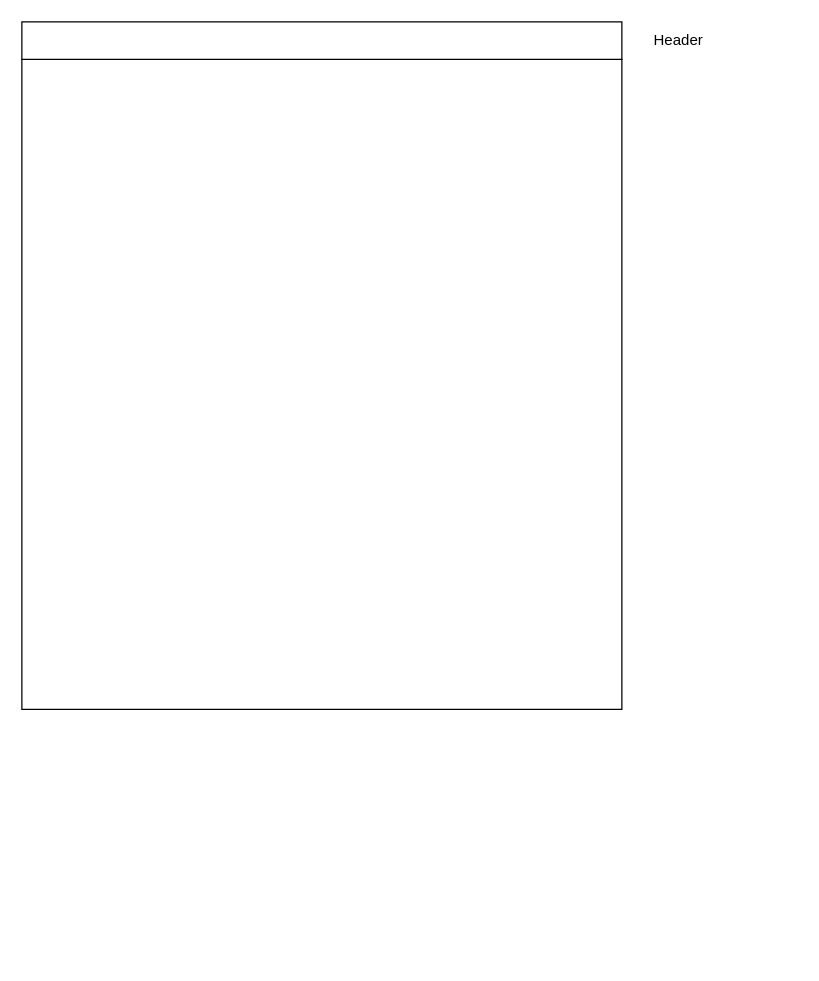
Before: Nekopost_Layout.drawio in clazclaz/demo_git, a draw.io diagram. Source tidied: cells renumbered, new cells numbered last; positions are measured from the earlier drawing's top-left corner, leaving out a move shared by most shapes. Both pictures are drawn from the tidied source at 125%, with x=0, y=0 at pixel (21, 21).
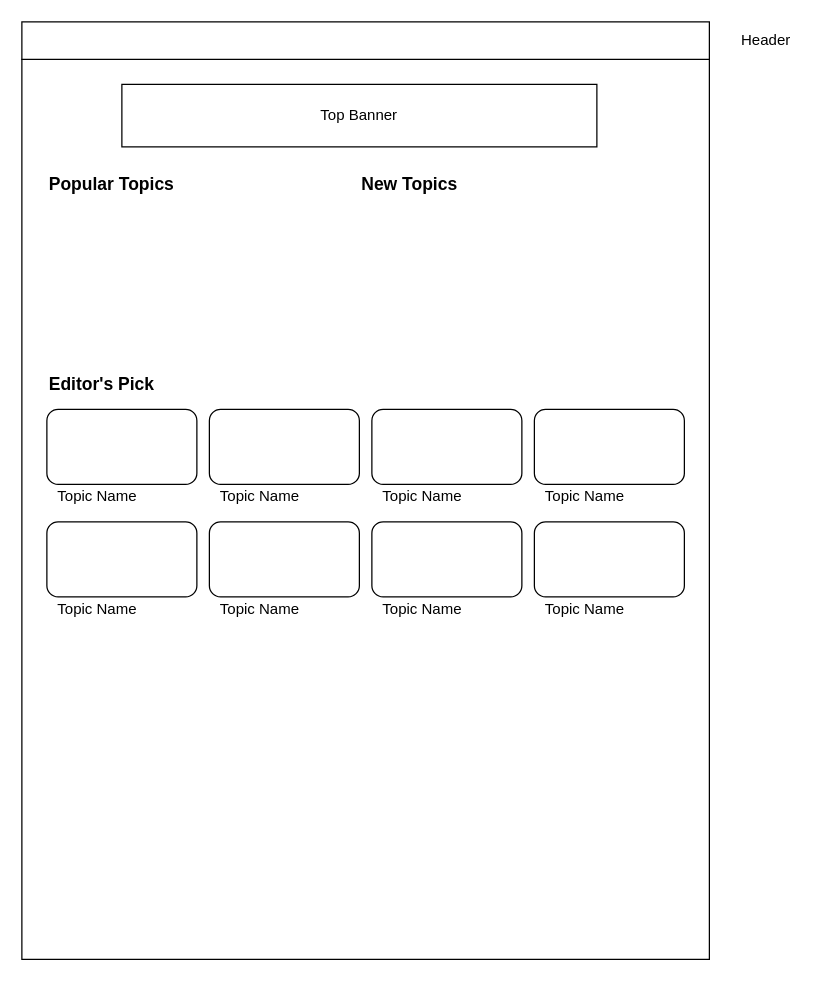
Above is the later version.

What changed in the source:
```diff
@@
     <mxCell id="2" style="rounded=0;whiteSpace=wrap;html=1;" parent="1" vertex="1">
-      <mxGeometry y="30" width="480" height="520" as="geometry" />
+      <mxGeometry y="30" width="550" height="720" as="geometry" />
     </mxCell>
     <mxCell id="3" style="rounded=0;whiteSpace=wrap;html=1;" parent="1" vertex="1">
-      <mxGeometry width="480" height="30" as="geometry" />
+      <mxGeometry width="550" height="30" as="geometry" />
     </mxCell>
     <mxCell id="4" value="Header" style="text;html=1;align=center;verticalAlign=middle;strokeColor=none;fillColor=none;" parent="1" vertex="1">
-      <mxGeometry x="500" y="5" width="50" height="20" as="geometry" />
+      <mxGeometry x="570" y="5" width="50" height="20" as="geometry" />
     </mxCell>
+    <mxCell id="5" value="Editor's Pick" style="text;html=1;align=left;verticalAlign=middle;strokeColor=none;fillColor=none;fontSize=14;fontStyle=1;" parent="1" vertex="1">
+      <mxGeometry x="20" y="280" width="100" height="20" as="geometry" />
+    </mxCell>
+    <mxCell id="6" style="rounded=1;whiteSpace=wrap;html=1;" parent="1" vertex="1">
+      <mxGeometry x="20" y="310" width="120" height="60" as="geometry" />
+    </mxCell>
+    <mxCell id="7" style="rounded=1;whiteSpace=wrap;html=1;" parent="1" vertex="1">
+      <mxGeometry x="150" y="310" width="120" height="60" as="geometry" />
+    </mxCell>
+    <mxCell id="8" style="rounded=1;whiteSpace=wrap;html=1;" parent="1" vertex="1">
+      <mxGeometry x="280" y="310" width="120" height="60" as="geometry" />
+    </mxCell>
+    <mxCell id="9" style="rounded=1;whiteSpace=wrap;html=1;" parent="1" vertex="1">
+      <mxGeometry x="410" y="310" width="120" height="60" as="geometry" />
+    </mxCell>
+    <mxCell id="10" value="Top Banner" style="rounded=0;whiteSpace=wrap;html=1;" parent="1" vertex="1">
+      <mxGeometry x="80" y="50" width="380" height="50" as="geometry" />
+    </mxCell>
+    <mxCell id="11" value="Topic Name" style="text;html=1;align=center;verticalAlign=middle;strokeColor=none;fillColor=none;" parent="1" vertex="1">
+      <mxGeometry x="20" y="370" width="80" height="20" as="geometry" />
+    </mxCell>
+    <mxCell id="12" value="Topic Name" style="text;html=1;align=center;verticalAlign=middle;strokeColor=none;fillColor=none;" parent="1" vertex="1">
+      <mxGeometry x="150" y="370" width="80" height="20" as="geometry" />
+    </mxCell>
+    <mxCell id="13" value="Topic Name" style="text;html=1;align=center;verticalAlign=middle;strokeColor=none;fillColor=none;" parent="1" vertex="1">
+      <mxGeometry x="280" y="370" width="80" height="20" as="geometry" />
+    </mxCell>
+    <mxCell id="14" value="Topic Name" style="text;html=1;align=center;verticalAlign=middle;strokeColor=none;fillColor=none;" parent="1" vertex="1">
+      <mxGeometry x="410" y="370" width="80" height="20" as="geometry" />
+    </mxCell>
+    <mxCell id="15" style="rounded=1;whiteSpace=wrap;html=1;" parent="1" vertex="1">
+      <mxGeometry x="20" y="400" width="120" height="60" as="geometry" />
+    </mxCell>
+    <mxCell id="16" style="rounded=1;whiteSpace=wrap;html=1;" parent="1" vertex="1">
+      <mxGeometry x="150" y="400" width="120" height="60" as="geometry" />
+    </mxCell>
+    <mxCell id="17" style="rounded=1;whiteSpace=wrap;html=1;" parent="1" vertex="1">
+      <mxGeometry x="280" y="400" width="120" height="60" as="geometry" />
+    </mxCell>
+    <mxCell id="18" style="rounded=1;whiteSpace=wrap;html=1;" parent="1" vertex="1">
+      <mxGeometry x="410" y="400" width="120" height="60" as="geometry" />
+    </mxCell>
+    <mxCell id="19" value="Topic Name" style="text;html=1;align=center;verticalAlign=middle;strokeColor=none;fillColor=none;" parent="1" vertex="1">
+      <mxGeometry x="20" y="460" width="80" height="20" as="geometry" />
+    </mxCell>
+    <mxCell id="20" value="Topic Name" style="text;html=1;align=center;verticalAlign=middle;strokeColor=none;fillColor=none;" parent="1" vertex="1">
+      <mxGeometry x="150" y="460" width="80" height="20" as="geometry" />
+    </mxCell>
+    <mxCell id="21" value="Topic Name" style="text;html=1;align=center;verticalAlign=middle;strokeColor=none;fillColor=none;" parent="1" vertex="1">
+      <mxGeometry x="280" y="460" width="80" height="20" as="geometry" />
+    </mxCell>
+    <mxCell id="22" value="Topic Name" style="text;html=1;align=center;verticalAlign=middle;strokeColor=none;fillColor=none;" parent="1" vertex="1">
+      <mxGeometry x="410" y="460" width="80" height="20" as="geometry" />
+    </mxCell>
+    <mxCell id="23" value="Popular Topics" style="text;html=1;align=left;verticalAlign=middle;strokeColor=none;fillColor=none;fontSize=14;fontStyle=1;" parent="1" vertex="1">
+      <mxGeometry x="20" y="120" width="120" height="20" as="geometry" />
+    </mxCell>
+    <mxCell id="24" value="New Topics" style="text;html=1;align=left;verticalAlign=middle;strokeColor=none;fillColor=none;fontSize=14;fontStyle=1;" parent="1" vertex="1">
+      <mxGeometry x="270" y="120" width="90" height="20" as="geometry" />
+    </mxCell>
```
